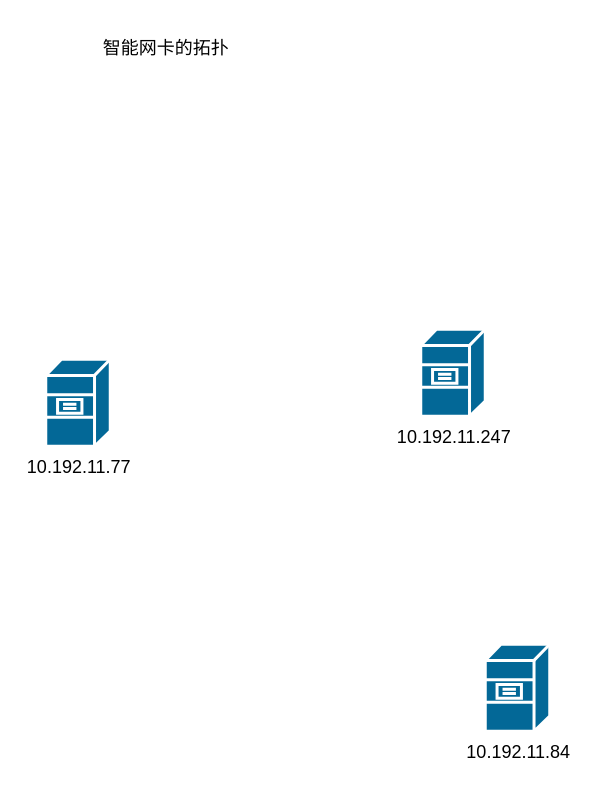
Before: 新金博拓扑.drawio in poetlife/diagrams, a draw.io diagram. Source tidied: cells renumbered, new cells numbered last; positions are measured from the earlier drawing's top-left corner, leaving out a move shared by most shapes. Both pictures are drawn from the tidied source at 150%, with x=0, y=0 at pixel (45, 26).
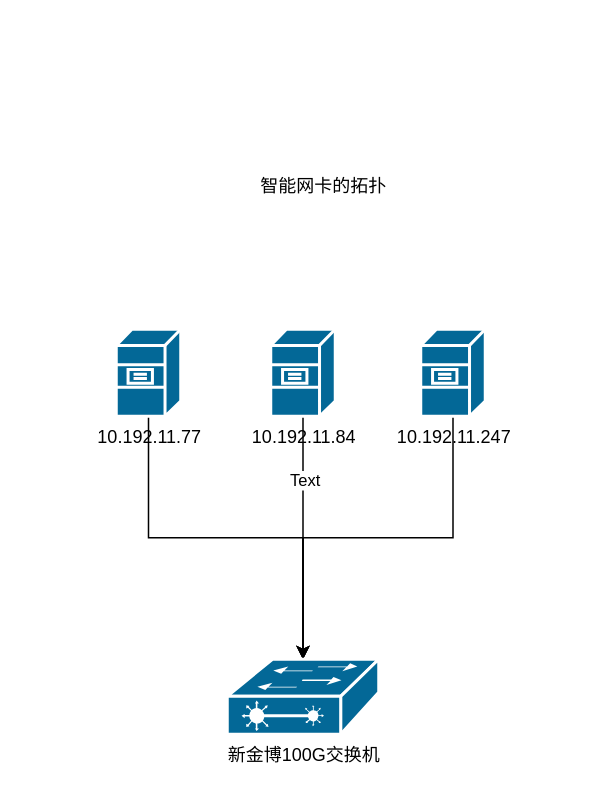
The same diagram, later.

Commit message (it also covers changes not shown here):
更新新金博拓扑.drawio

Change to the diagram source:
```diff
@@
 <mxGraphModel>
   <root>
     <mxCell id="0" />
     <mxCell id="1" parent="0" />
+    <mxCell id="6" style="edgeStyle=orthogonalEdgeStyle;rounded=0;jettySize=auto;html=1;exitX=0.5;exitY=1;exitDx=0;exitDy=0;exitPerimeter=0;" parent="1" edge="1" source="2" target="10">
+      <mxGeometry relative="1" as="geometry" />
+    </mxCell>
     <mxCell id="2" value="10.192.11.77&lt;br&gt;" style="shape=mxgraph.cisco.servers.file_server;sketch=0;html=1;dashed=0;fillColor=#036897;strokeColor=#ffffff;strokeWidth=2;verticalLabelPosition=bottom;verticalAlign=top;align=center;outlineConnect=0;" parent="1" vertex="1">
-      <mxGeometry y="222" width="43" height="58" as="geometry" />
+      <mxGeometry x="47" y="202" width="43" height="58" as="geometry" />
     </mxCell>
+    <mxCell id="7" style="edgeStyle=orthogonalEdgeStyle;rounded=0;jettySize=auto;html=1;exitX=0.5;exitY=1;exitDx=0;exitDy=0;exitPerimeter=0;entryX=0.5;entryY=0;entryDx=0;entryDy=0;entryPerimeter=0;" parent="1" edge="1" source="3" target="10">
+      <mxGeometry relative="1" as="geometry" />
+    </mxCell>
     <mxCell id="3" value="10.192.11.247" style="shape=mxgraph.cisco.servers.file_server;sketch=0;html=1;dashed=0;fillColor=#036897;strokeColor=#ffffff;strokeWidth=2;verticalLabelPosition=bottom;verticalAlign=top;align=center;outlineConnect=0;" parent="1" vertex="1">
       <mxGeometry x="250" y="202" width="43" height="58" as="geometry" />
     </mxCell>
+    <mxCell id="8" style="edgeStyle=orthogonalEdgeStyle;rounded=0;jettySize=auto;html=1;exitX=0.5;exitY=1;exitDx=0;exitDy=0;exitPerimeter=0;entryX=0.5;entryY=0;entryDx=0;entryDy=0;entryPerimeter=0;" parent="1" edge="1" source="4" target="10">
+      <mxGeometry relative="1" as="geometry" />
+    </mxCell>
+    <mxCell id="9" value="Text" style="edgeLabel;html=1;align=center;verticalAlign=middle;" parent="8" vertex="1">
+      <mxGeometry x="-0.48" y="1" relative="1" as="geometry" />
+    </mxCell>
     <mxCell id="4" value="10.192.11.84" style="shape=mxgraph.cisco.servers.file_server;sketch=0;html=1;dashed=0;fillColor=#036897;strokeColor=#ffffff;strokeWidth=2;verticalLabelPosition=bottom;verticalAlign=top;align=center;outlineConnect=0;" parent="1" vertex="1">
-      <mxGeometry x="293" y="412" width="43" height="58" as="geometry" />
+      <mxGeometry x="150" y="202" width="43" height="58" as="geometry" />
     </mxCell>
     <mxCell id="5" value="智能网卡的拓扑" style="text;html=1;align=center;verticalAlign=middle;strokeColor=none;fillColor=none;" parent="1" vertex="1">
-      <mxGeometry x="25" width="110" height="30" as="geometry" />
+      <mxGeometry x="130" y="92" width="110" height="30" as="geometry" />
     </mxCell>
+    <mxCell id="10" value="新金博100G交换机" style="shape=mxgraph.cisco.switches.layer_2_remote_switch;sketch=0;html=1;dashed=0;fillColor=#036897;strokeColor=#ffffff;strokeWidth=2;verticalLabelPosition=bottom;verticalAlign=top;align=center;outlineConnect=0;" parent="1" vertex="1">
+      <mxGeometry x="121" y="422" width="101" height="50" as="geometry" />
+    </mxCell>
   </root>
 </mxGraphModel>
```
